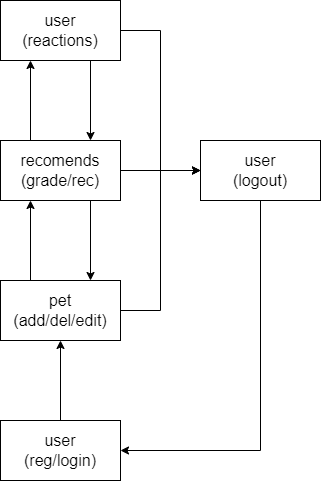
This is scheme/tindermeow.png from KATEHOK/pp56, a draw.io export, as it was before one commit. Source tidied: cells renumbered, new cells last; positions are measured from the earlier drawing's top-left corner, leaving out a move shared by most shapes.
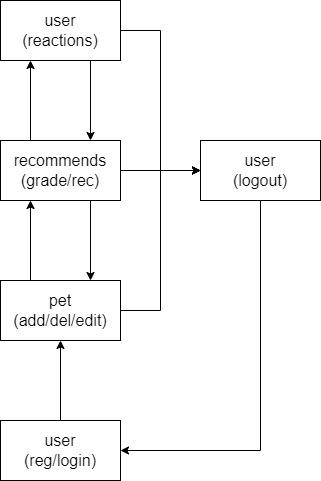
After the commit.

Change to the diagram source:
```diff
@@ -31,7 +31,7 @@
     <mxCell id="9" style="edgeStyle=orthogonalEdgeStyle;rounded=0;jettySize=auto;html=1;exitX=0.75;exitY=1;exitDx=0;exitDy=0;entryX=0.75;entryY=0;entryDx=0;entryDy=0;fontSize=16;" parent="1" edge="1" source="10" target="6">
       <mxGeometry relative="1" as="geometry" />
     </mxCell>
-    <mxCell id="10" value="recomends&lt;br&gt;(grade/rec)" style="rounded=0;whiteSpace=wrap;html=1;fontSize=16;" parent="1" vertex="1">
+    <mxCell id="10" value="recommends&lt;br&gt;(grade/rec)" style="rounded=0;whiteSpace=wrap;html=1;fontSize=16;" parent="1" vertex="1">
       <mxGeometry y="140" width="120" height="60" as="geometry" />
     </mxCell>
     <mxCell id="11" style="edgeStyle=orthogonalEdgeStyle;rounded=0;jettySize=auto;html=1;exitX=1;exitY=0.5;exitDx=0;exitDy=0;entryX=0;entryY=0.5;entryDx=0;entryDy=0;fontSize=16;" parent="1" edge="1" source="13" target="15">
```
